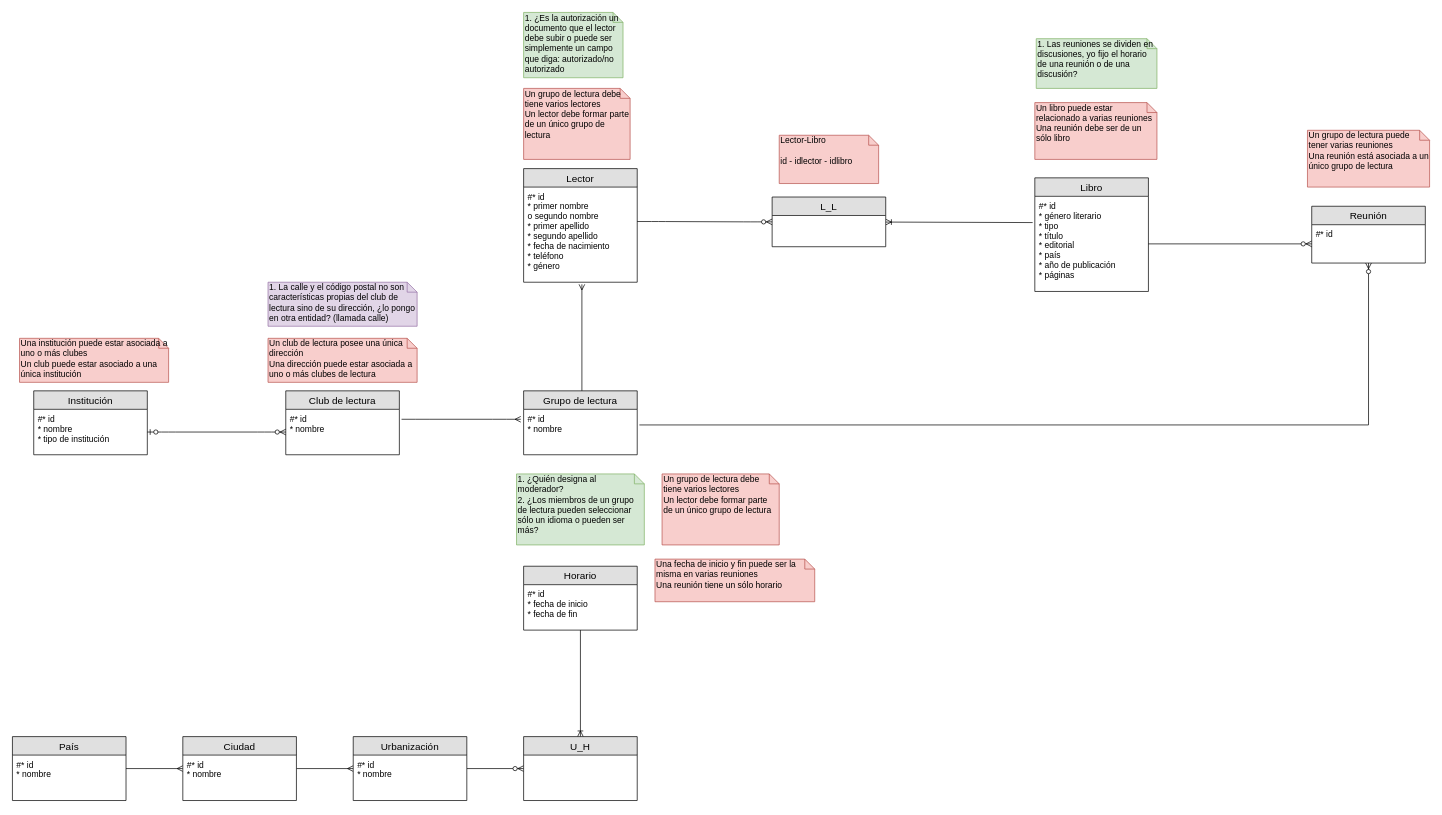
This is DB I/RC (Pseudo) Data structure V3.drawio from NeutronBlast/IS-Ex, a draw.io file, before an edit. Source tidied: cells renumbered, new cells numbered last; positions are measured from the earlier drawing's top-left corner, leaving out a move shared by most shapes. Both pictures are drawn from the tidied source at 71%, with x=0, y=0 at pixel (12, 12).
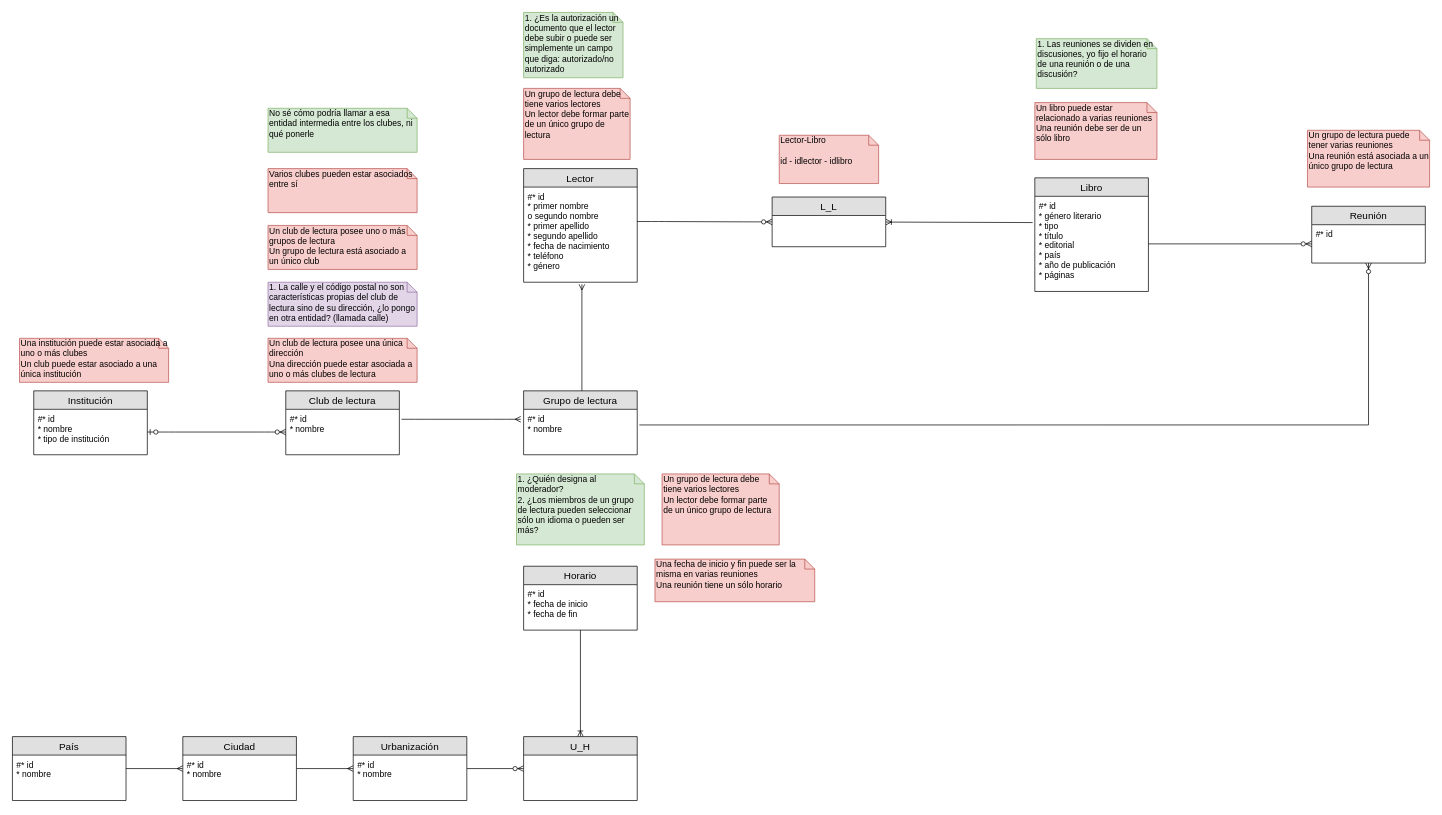
The same page after the edit.

Diff of the diagram source:
```diff
@@
+    <mxCell id="47" value="Un club de lectura posee uno o más grupos de lectura&lt;br&gt;Un grupo de lectura está asociado a un único club" style="shape=note;whiteSpace=wrap;html=1;size=14;verticalAlign=top;align=left;spacingTop=-6;fillColor=#f8cecc;strokeColor=#b85450;" parent="1" vertex="1">
+      <mxGeometry x="360" y="300" width="210" height="62" as="geometry" />
+    </mxCell>
+    <mxCell id="48" value="Varios clubes pueden estar asociados entre sí" style="shape=note;whiteSpace=wrap;html=1;size=14;verticalAlign=top;align=left;spacingTop=-6;fillColor=#f8cecc;strokeColor=#b85450;" parent="1" vertex="1">
+      <mxGeometry x="360" y="220" width="210" height="62" as="geometry" />
+    </mxCell>
+    <mxCell id="49" value="No sé cómo podría llamar a esa entidad intermedia entre los clubes, ni qué ponerle" style="shape=note;whiteSpace=wrap;html=1;size=14;verticalAlign=top;align=left;spacingTop=-6;fillColor=#d5e8d4;strokeColor=#82b366;" parent="1" vertex="1">
+      <mxGeometry x="360" y="135" width="210" height="62" as="geometry" />
+    </mxCell>
```
